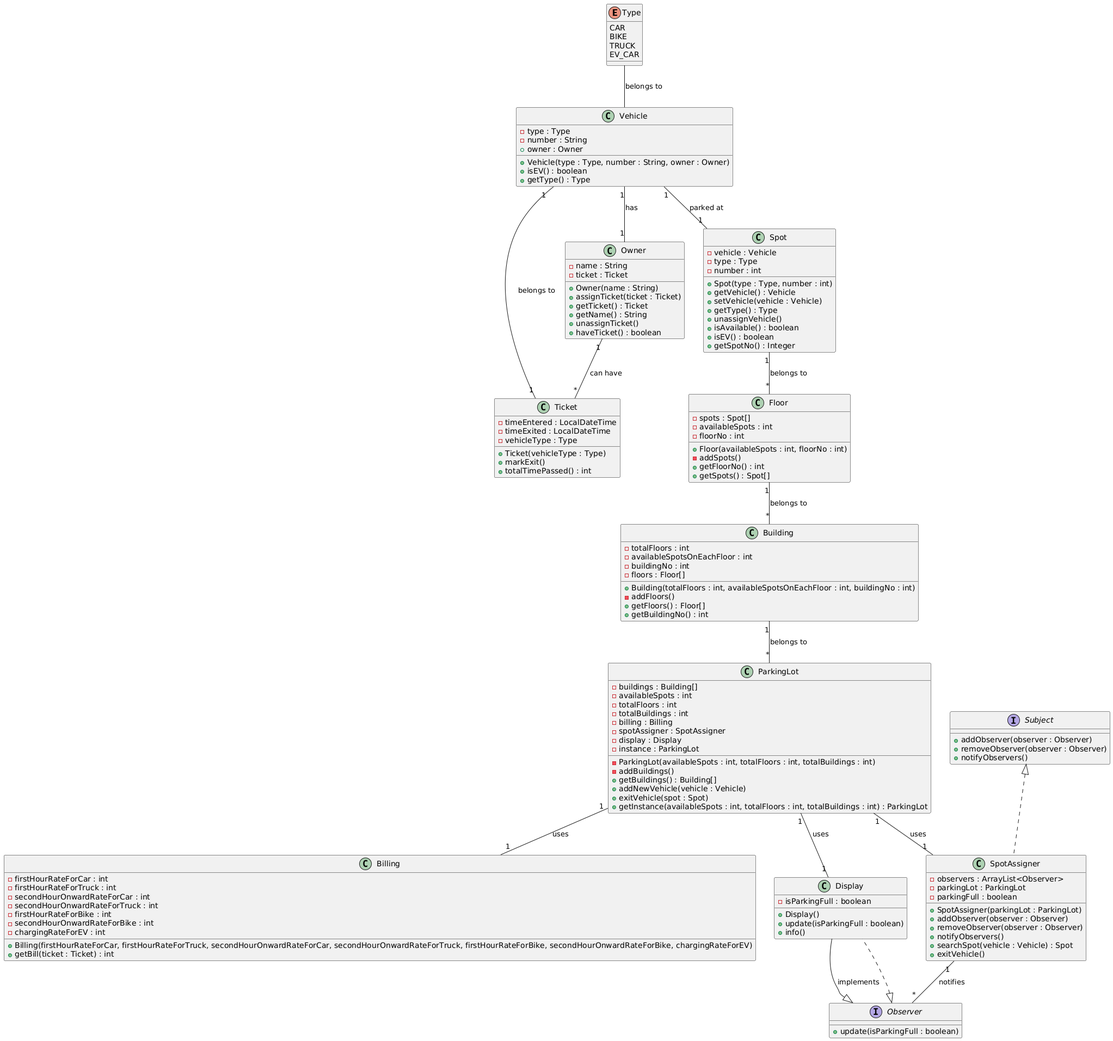
Before: src/lldexamples/parkinglot/ParkingLotUML.png, a diagram exported from PlantUML (vaibhav196606/lldprep).
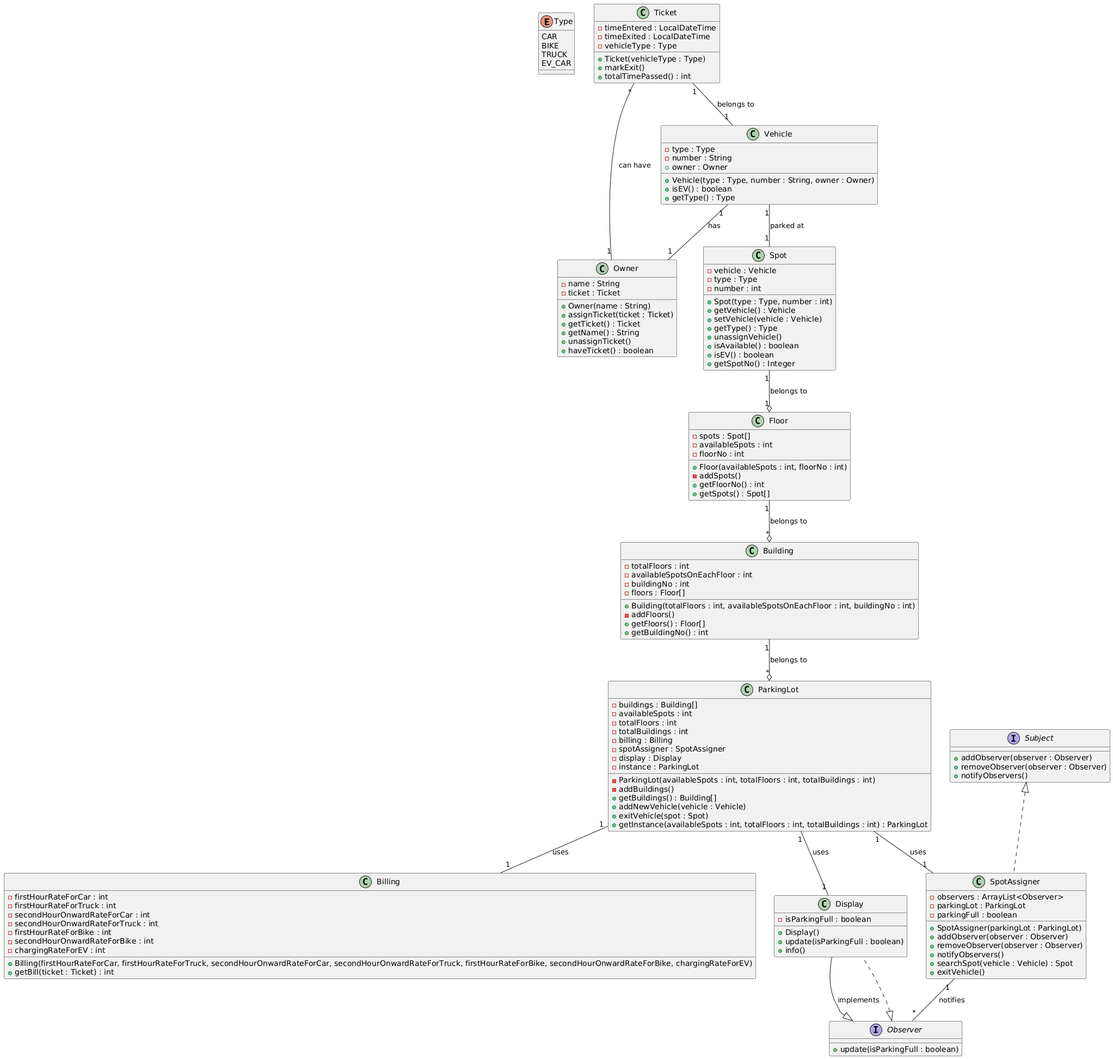
After the commit.

Commit message:
adding parking lot lld [UML changes]

Diff of the diagram source:
```diff
@@ -129,14 +129,16 @@
 }
 
 
-Type -- Vehicle : belongs to
+
 Vehicle "1" -- "1" Owner : has
 Owner "1" -- "*" Ticket : can have
 Ticket "1" -- "1" Vehicle : belongs to
 Vehicle "1" -- "1" Spot : parked at
-Spot "1" -- "*" Floor : belongs to
-Floor "1" -- "*" Building : belongs to
-Building "1" -- "*" ParkingLot : belongs to
+
+Spot "1" --o "1" Floor : belongs to
+Floor "1" --o "*" Building : belongs to
+Building "1" --o "*" ParkingLot : belongs to
+
 ParkingLot "1" -- "1" Billing : uses
 ParkingLot "1" -- "1" SpotAssigner : uses
 ParkingLot "1" -- "1" Display : uses
```
